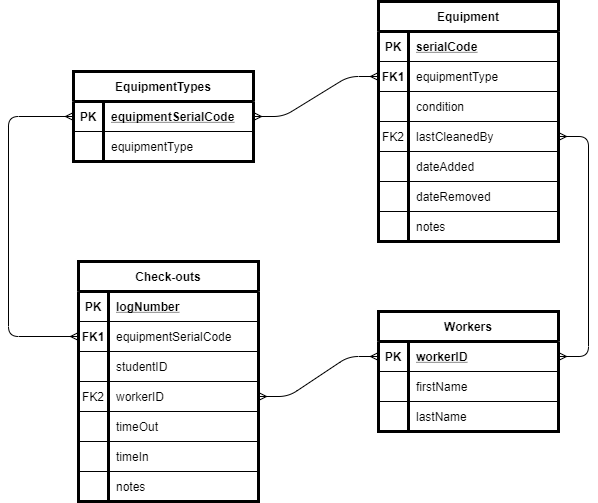
This is Database/databaseSchema.png from tdavis422/SeniorProject, a draw.io export, as it was before one commit. Source tidied: cells renumbered, new cells last; positions are measured from the earlier drawing's top-left corner, leaving out a move shared by most shapes. Source of this version:
```xml
<mxGraphModel>
  <root>
    <mxCell id="0" />
    <mxCell id="1" parent="0" />
    <mxCell id="2" value="Check-outs" style="shape=table;startSize=30;rowLines=0;fontStyle=1;align=center;strokeWidth=3;" parent="1" vertex="1">
      <mxGeometry x="70" y="260" width="180" height="240" as="geometry" />
    </mxCell>
    <mxCell id="3" style="shape=partialRectangle;fillColor=none;top=0;left=0;bottom=1;right=0;" parent="2" vertex="1">
      <mxGeometry y="30" width="180" height="30" as="geometry" />
    </mxCell>
    <mxCell id="4" value="PK" style="shape=partialRectangle;fillColor=none;top=0;left=0;bottom=0;right=0;fontStyle=1;overflow=hidden;" parent="3" vertex="1">
      <mxGeometry width="30" height="30" as="geometry" />
    </mxCell>
    <mxCell id="5" value="logNumber" style="shape=partialRectangle;fillColor=none;top=0;left=0;bottom=0;right=0;align=left;spacingLeft=6;fontStyle=5;overflow=hidden;" parent="3" vertex="1">
      <mxGeometry x="30" width="150" height="30" as="geometry" />
    </mxCell>
    <mxCell id="6" style="shape=partialRectangle;fillColor=none;top=0;left=0;bottom=0;right=0;points=[[0,0.5],[1,0.5]];portConstraint=eastwest;" parent="2" vertex="1">
      <mxGeometry y="60" width="180" height="30" as="geometry" />
    </mxCell>
    <mxCell id="7" value="FK1" style="shape=partialRectangle;fillColor=none;top=0;left=0;bottom=1;right=0;overflow=hidden;fontStyle=1;" parent="6" vertex="1">
      <mxGeometry width="30" height="30" as="geometry" />
    </mxCell>
    <mxCell id="8" value="equipmentSerialCode" style="shape=partialRectangle;fillColor=none;top=0;left=0;bottom=1;right=0;align=left;spacingLeft=6;overflow=hidden;" parent="6" vertex="1">
      <mxGeometry x="30" width="150" height="30" as="geometry" />
    </mxCell>
    <mxCell id="9" style="shape=partialRectangle;fillColor=none;top=0;left=0;bottom=0;right=0;" parent="2" vertex="1">
      <mxGeometry y="90" width="180" height="30" as="geometry" />
    </mxCell>
    <mxCell id="10" style="shape=partialRectangle;fillColor=none;top=0;left=0;bottom=0;right=0;overflow=hidden;" parent="9" vertex="1">
      <mxGeometry width="30" height="30" as="geometry" />
    </mxCell>
    <mxCell id="11" value="studentID" style="shape=partialRectangle;fillColor=none;top=0;left=0;bottom=1;right=0;align=left;spacingLeft=6;overflow=hidden;" parent="9" vertex="1">
      <mxGeometry x="30" width="150" height="30" as="geometry" />
    </mxCell>
    <mxCell id="12" style="shape=partialRectangle;fillColor=none;top=0;left=0;bottom=0;right=0;points=[[0,0.5],[1,0.5]];portConstraint=eastwest;" parent="2" vertex="1">
      <mxGeometry y="120" width="180" height="30" as="geometry" />
    </mxCell>
    <mxCell id="13" value="FK2" style="shape=partialRectangle;fillColor=none;top=1;left=0;bottom=1;right=0;overflow=hidden;" parent="12" vertex="1">
      <mxGeometry width="30" height="30" as="geometry" />
    </mxCell>
    <mxCell id="14" value="workerID" style="shape=partialRectangle;fillColor=none;top=0;left=0;bottom=1;right=0;align=left;spacingLeft=6;overflow=hidden;" parent="12" vertex="1">
      <mxGeometry x="30" width="150" height="30" as="geometry" />
    </mxCell>
    <mxCell id="15" style="shape=partialRectangle;fillColor=none;top=0;left=0;bottom=0;right=0;" parent="2" vertex="1">
      <mxGeometry y="150" width="180" height="30" as="geometry" />
    </mxCell>
    <mxCell id="16" style="shape=partialRectangle;fillColor=none;top=1;left=0;bottom=1;right=0;overflow=hidden;" parent="15" vertex="1">
      <mxGeometry width="30" height="30" as="geometry" />
    </mxCell>
    <mxCell id="17" value="timeOut" style="shape=partialRectangle;fillColor=none;top=0;left=0;bottom=1;right=0;align=left;spacingLeft=6;overflow=hidden;" parent="15" vertex="1">
      <mxGeometry x="30" width="150" height="30" as="geometry" />
    </mxCell>
    <mxCell id="18" style="shape=partialRectangle;fillColor=none;top=0;left=0;bottom=0;right=0;" parent="2" vertex="1">
      <mxGeometry y="180" width="180" height="30" as="geometry" />
    </mxCell>
    <mxCell id="19" style="shape=partialRectangle;fillColor=none;top=1;left=0;bottom=1;right=0;overflow=hidden;" parent="18" vertex="1">
      <mxGeometry width="30" height="30" as="geometry" />
    </mxCell>
    <mxCell id="20" value="timeIn" style="shape=partialRectangle;fillColor=none;top=0;left=0;bottom=1;right=0;align=left;spacingLeft=6;overflow=hidden;" parent="18" vertex="1">
      <mxGeometry x="30" width="150" height="30" as="geometry" />
    </mxCell>
    <mxCell id="21" style="shape=partialRectangle;fillColor=none;top=0;left=0;bottom=0;right=0;" parent="2" vertex="1">
      <mxGeometry y="210" width="180" height="30" as="geometry" />
    </mxCell>
    <mxCell id="22" style="shape=partialRectangle;fillColor=none;top=1;left=0;bottom=1;right=0;overflow=hidden;" parent="21" vertex="1">
      <mxGeometry width="30" height="30" as="geometry" />
    </mxCell>
    <mxCell id="23" value="notes" style="shape=partialRectangle;fillColor=none;top=0;left=0;bottom=1;right=0;align=left;spacingLeft=6;overflow=hidden;" parent="21" vertex="1">
      <mxGeometry x="30" width="150" height="30" as="geometry" />
    </mxCell>
    <mxCell id="24" value="Equipment" style="shape=table;startSize=30;rowLines=0;fontStyle=1;align=center;strokeWidth=3;" parent="1" vertex="1">
      <mxGeometry x="370" width="180" height="240" as="geometry" />
    </mxCell>
    <mxCell id="25" style="shape=partialRectangle;fillColor=none;top=0;left=0;bottom=1;right=0;points=[[0,0.5],[1,0.5]];portConstraint=eastwest;" parent="24" vertex="1">
      <mxGeometry y="30" width="180" height="30" as="geometry" />
    </mxCell>
    <mxCell id="26" value="PK" style="shape=partialRectangle;fillColor=none;top=0;left=0;bottom=0;right=0;fontStyle=1;overflow=hidden;" parent="25" vertex="1">
      <mxGeometry width="30" height="30" as="geometry" />
    </mxCell>
    <mxCell id="27" value="serialCode" style="shape=partialRectangle;fillColor=none;top=0;left=0;bottom=0;right=0;align=left;spacingLeft=6;fontStyle=5;overflow=hidden;" parent="25" vertex="1">
      <mxGeometry x="30" width="150" height="30" as="geometry" />
    </mxCell>
    <mxCell id="28" style="shape=partialRectangle;fillColor=none;top=0;left=0;bottom=0;right=0;points=[[0,0.5],[1,0.5]];portConstraint=eastwest;" parent="24" vertex="1">
      <mxGeometry y="60" width="180" height="30" as="geometry" />
    </mxCell>
    <mxCell id="29" value="FK1" style="shape=partialRectangle;fillColor=none;top=0;left=0;bottom=1;right=0;overflow=hidden;fontStyle=1;" parent="28" vertex="1">
      <mxGeometry width="30" height="30" as="geometry" />
    </mxCell>
    <mxCell id="30" value="equipmentType" style="shape=partialRectangle;fillColor=none;top=0;left=0;bottom=1;right=0;align=left;spacingLeft=6;overflow=hidden;" parent="28" vertex="1">
      <mxGeometry x="30" width="150" height="30" as="geometry" />
    </mxCell>
    <mxCell id="31" style="shape=partialRectangle;fillColor=none;top=0;left=0;bottom=0;right=0;" parent="24" vertex="1">
      <mxGeometry y="90" width="180" height="30" as="geometry" />
    </mxCell>
    <mxCell id="32" style="shape=partialRectangle;fillColor=none;top=0;left=0;bottom=0;right=0;overflow=hidden;" parent="31" vertex="1">
      <mxGeometry width="30" height="30" as="geometry" />
    </mxCell>
    <mxCell id="33" value="condition" style="shape=partialRectangle;fillColor=none;top=0;left=0;bottom=1;right=0;align=left;spacingLeft=6;overflow=hidden;" parent="31" vertex="1">
      <mxGeometry x="30" width="150" height="30" as="geometry" />
    </mxCell>
    <mxCell id="34" style="shape=partialRectangle;fillColor=none;top=0;left=0;bottom=0;right=0;points=[[0,0.5],[1,0.5]];portConstraint=eastwest;" parent="24" vertex="1">
      <mxGeometry y="120" width="180" height="30" as="geometry" />
    </mxCell>
    <mxCell id="35" value="FK2" style="shape=partialRectangle;fillColor=none;top=1;left=0;bottom=1;right=0;overflow=hidden;" parent="34" vertex="1">
      <mxGeometry width="30" height="30" as="geometry" />
    </mxCell>
    <mxCell id="36" value="lastCleanedBy" style="shape=partialRectangle;fillColor=none;top=0;left=0;bottom=1;right=0;align=left;spacingLeft=6;overflow=hidden;" parent="34" vertex="1">
      <mxGeometry x="30" width="150" height="30" as="geometry" />
    </mxCell>
    <mxCell id="37" style="shape=partialRectangle;fillColor=none;top=0;left=0;bottom=0;right=0;" parent="24" vertex="1">
      <mxGeometry y="150" width="180" height="30" as="geometry" />
    </mxCell>
    <mxCell id="38" style="shape=partialRectangle;fillColor=none;top=1;left=0;bottom=1;right=0;overflow=hidden;" parent="37" vertex="1">
      <mxGeometry width="30" height="30" as="geometry" />
    </mxCell>
    <mxCell id="39" value="dateAdded" style="shape=partialRectangle;fillColor=none;top=0;left=0;bottom=1;right=0;align=left;spacingLeft=6;overflow=hidden;" parent="37" vertex="1">
      <mxGeometry x="30" width="150" height="30" as="geometry" />
    </mxCell>
    <mxCell id="40" style="shape=partialRectangle;fillColor=none;top=0;left=0;bottom=0;right=0;" parent="24" vertex="1">
      <mxGeometry y="180" width="180" height="30" as="geometry" />
    </mxCell>
    <mxCell id="41" style="shape=partialRectangle;fillColor=none;top=1;left=0;bottom=1;right=0;overflow=hidden;" parent="40" vertex="1">
      <mxGeometry width="30" height="30" as="geometry" />
    </mxCell>
    <mxCell id="42" value="dateRemoved" style="shape=partialRectangle;fillColor=none;top=0;left=0;bottom=1;right=0;align=left;spacingLeft=6;overflow=hidden;" parent="40" vertex="1">
      <mxGeometry x="30" width="150" height="30" as="geometry" />
    </mxCell>
    <mxCell id="43" style="shape=partialRectangle;fillColor=none;top=0;left=0;bottom=0;right=0;" parent="24" vertex="1">
      <mxGeometry y="210" width="180" height="30" as="geometry" />
    </mxCell>
    <mxCell id="44" style="shape=partialRectangle;fillColor=none;top=1;left=0;bottom=1;right=0;overflow=hidden;" parent="43" vertex="1">
      <mxGeometry width="30" height="30" as="geometry" />
    </mxCell>
    <mxCell id="45" value="notes" style="shape=partialRectangle;fillColor=none;top=0;left=0;bottom=1;right=0;align=left;spacingLeft=6;overflow=hidden;" parent="43" vertex="1">
      <mxGeometry x="30" width="150" height="30" as="geometry" />
    </mxCell>
    <mxCell id="46" style="shape=partialRectangle;fillColor=none;top=0;left=0;bottom=0;right=0;overflow=hidden;" parent="1" vertex="1">
      <mxGeometry x="360" y="140" width="30" height="30" as="geometry" />
    </mxCell>
    <mxCell id="47" value="EquipmentTypes" style="shape=table;startSize=30;rowLines=0;fontStyle=1;align=center;shadow=0;strokeColor=#000000;strokeWidth=3;" parent="1" vertex="1">
      <mxGeometry x="65" y="70" width="180" height="90" as="geometry" />
    </mxCell>
    <mxCell id="48" style="shape=partialRectangle;fillColor=none;top=0;left=0;bottom=1;right=0;points=[[0,0.5],[1,0.5]];portConstraint=eastwest;" parent="47" vertex="1">
      <mxGeometry y="30" width="180" height="30" as="geometry" />
    </mxCell>
    <mxCell id="49" value="PK" style="shape=partialRectangle;fillColor=none;top=0;left=0;bottom=0;right=0;fontStyle=1;overflow=hidden;" parent="48" vertex="1">
      <mxGeometry width="30" height="30" as="geometry" />
    </mxCell>
    <mxCell id="50" value="equipmentSerialCode" style="shape=partialRectangle;fillColor=none;top=0;left=0;bottom=0;right=0;align=left;spacingLeft=6;fontStyle=5;overflow=hidden;" parent="48" vertex="1">
      <mxGeometry x="30" width="150" height="30" as="geometry" />
    </mxCell>
    <mxCell id="51" style="shape=partialRectangle;fillColor=none;top=0;left=0;bottom=0;right=0;" parent="47" vertex="1">
      <mxGeometry y="60" width="180" height="30" as="geometry" />
    </mxCell>
    <mxCell id="52" style="shape=partialRectangle;fillColor=none;top=0;left=0;bottom=0;right=0;overflow=hidden;" parent="51" vertex="1">
      <mxGeometry width="30" height="30" as="geometry" />
    </mxCell>
    <mxCell id="53" value="equipmentType" style="shape=partialRectangle;fillColor=none;top=0;left=0;bottom=0;right=0;align=left;spacingLeft=6;overflow=hidden;" parent="51" vertex="1">
      <mxGeometry x="30" width="150" height="30" as="geometry" />
    </mxCell>
    <mxCell id="54" value="Workers" style="shape=table;startSize=30;rowLines=0;fontStyle=1;align=center;shadow=0;strokeColor=#000000;strokeWidth=3;" parent="1" vertex="1">
      <mxGeometry x="370" y="310" width="180" height="120" as="geometry" />
    </mxCell>
    <mxCell id="55" style="shape=partialRectangle;fillColor=none;top=0;left=0;bottom=1;right=0;points=[[0,0.5],[1,0.5]];portConstraint=eastwest;" parent="54" vertex="1">
      <mxGeometry y="30" width="180" height="30" as="geometry" />
    </mxCell>
    <mxCell id="56" value="PK" style="shape=partialRectangle;fillColor=none;top=0;left=0;bottom=0;right=0;fontStyle=1;overflow=hidden;" parent="55" vertex="1">
      <mxGeometry width="30" height="30" as="geometry" />
    </mxCell>
    <mxCell id="57" value="workerID" style="shape=partialRectangle;fillColor=none;top=0;left=0;bottom=0;right=0;align=left;spacingLeft=6;fontStyle=5;overflow=hidden;" parent="55" vertex="1">
      <mxGeometry x="30" width="150" height="30" as="geometry" />
    </mxCell>
    <mxCell id="58" style="shape=partialRectangle;fillColor=none;top=0;left=0;bottom=0;right=0;" parent="54" vertex="1">
      <mxGeometry y="60" width="180" height="30" as="geometry" />
    </mxCell>
    <mxCell id="59" style="shape=partialRectangle;fillColor=none;top=0;left=0;bottom=0;right=0;overflow=hidden;" parent="58" vertex="1">
      <mxGeometry width="30" height="30" as="geometry" />
    </mxCell>
    <mxCell id="60" value="firstName" style="shape=partialRectangle;fillColor=none;top=0;left=0;bottom=0;right=0;align=left;spacingLeft=6;overflow=hidden;" parent="58" vertex="1">
      <mxGeometry x="30" width="150" height="30" as="geometry" />
    </mxCell>
    <mxCell id="61" style="shape=partialRectangle;fillColor=none;top=0;left=0;bottom=0;right=0;" parent="54" vertex="1">
      <mxGeometry y="90" width="180" height="30" as="geometry" />
    </mxCell>
    <mxCell id="62" style="shape=partialRectangle;fillColor=none;top=1;left=0;bottom=0;right=0;overflow=hidden;" parent="61" vertex="1">
      <mxGeometry width="30" height="30" as="geometry" />
    </mxCell>
    <mxCell id="63" value="lastName" style="shape=partialRectangle;fillColor=none;top=1;left=0;bottom=0;right=0;align=left;spacingLeft=6;overflow=hidden;" parent="61" vertex="1">
      <mxGeometry x="30" width="150" height="30" as="geometry" />
    </mxCell>
    <mxCell id="64" style="edgeStyle=entityRelationEdgeStyle;fontSize=12;html=1;endArrow=ERmany;startArrow=ERmany;entryX=1;entryY=0.5;entryDx=0;entryDy=0;exitX=1;exitY=0.5;exitDx=0;exitDy=0;" parent="1" edge="1" source="55" target="34">
      <mxGeometry relative="1" as="geometry" />
    </mxCell>
    <mxCell id="65" style="edgeStyle=entityRelationEdgeStyle;fontSize=12;html=1;endArrow=ERmany;startArrow=ERmany;exitX=0;exitY=0.5;exitDx=0;exitDy=0;entryX=1;entryY=0.5;entryDx=0;entryDy=0;" parent="1" edge="1" source="55" target="12">
      <mxGeometry relative="1" as="geometry" />
    </mxCell>
    <mxCell id="66" style="edgeStyle=elbowEdgeStyle;fontSize=12;html=1;endArrow=ERmany;startArrow=ERmany;exitX=0;exitY=0.5;exitDx=0;exitDy=0;entryX=0;entryY=0.5;entryDx=0;entryDy=0;" parent="1" edge="1" source="47" target="6">
      <mxGeometry relative="1" as="geometry">
        <Array as="points">
          <mxPoint y="220" />
        </Array>
      </mxGeometry>
    </mxCell>
    <mxCell id="67" style="edgeStyle=entityRelationEdgeStyle;fontSize=12;html=1;endArrow=ERmany;startArrow=ERmany;exitX=1;exitY=0.5;exitDx=0;exitDy=0;entryX=0;entryY=0.5;entryDx=0;entryDy=0;" parent="1" edge="1" source="47" target="28">
      <mxGeometry relative="1" as="geometry" />
    </mxCell>
  </root>
</mxGraphModel>
```
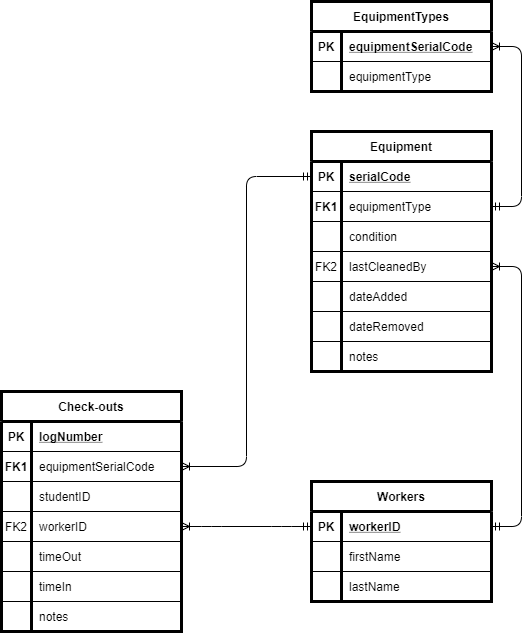
After the change.

Change to the diagram source:
```diff
@@ -2,8 +2,8 @@
   <root>
     <mxCell id="0" />
     <mxCell id="1" parent="0" />
-    <mxCell id="2" value="Check-outs" style="shape=table;startSize=30;rowLines=0;fontStyle=1;align=center;strokeWidth=3;" parent="1" vertex="1">
-      <mxGeometry x="70" y="260" width="180" height="240" as="geometry" />
+    <mxCell id="2" value="Check-outs" style="shape=table;startSize=30;rowLines=0;fontStyle=1;align=center;strokeWidth=3;fillColor=none;" parent="1" vertex="1">
+      <mxGeometry x="-60" y="320" width="180" height="240" as="geometry" />
     </mxCell>
     <mxCell id="3" style="shape=partialRectangle;fillColor=none;top=0;left=0;bottom=1;right=0;" parent="2" vertex="1">
       <mxGeometry y="30" width="180" height="30" as="geometry" />
@@ -68,8 +68,8 @@
     <mxCell id="23" value="notes" style="shape=partialRectangle;fillColor=none;top=0;left=0;bottom=1;right=0;align=left;spacingLeft=6;overflow=hidden;" parent="21" vertex="1">
       <mxGeometry x="30" width="150" height="30" as="geometry" />
     </mxCell>
-    <mxCell id="24" value="Equipment" style="shape=table;startSize=30;rowLines=0;fontStyle=1;align=center;strokeWidth=3;" parent="1" vertex="1">
-      <mxGeometry x="370" width="180" height="240" as="geometry" />
+    <mxCell id="24" value="Equipment" style="shape=table;startSize=30;rowLines=0;fontStyle=1;align=center;strokeWidth=3;fillColor=none;" parent="1" vertex="1">
+      <mxGeometry x="250" y="60" width="180" height="240" as="geometry" />
     </mxCell>
     <mxCell id="25" style="shape=partialRectangle;fillColor=none;top=0;left=0;bottom=1;right=0;points=[[0,0.5],[1,0.5]];portConstraint=eastwest;" parent="24" vertex="1">
       <mxGeometry y="30" width="180" height="30" as="geometry" />
@@ -135,10 +135,10 @@
       <mxGeometry x="30" width="150" height="30" as="geometry" />
     </mxCell>
     <mxCell id="46" style="shape=partialRectangle;fillColor=none;top=0;left=0;bottom=0;right=0;overflow=hidden;" parent="1" vertex="1">
-      <mxGeometry x="360" y="140" width="30" height="30" as="geometry" />
+      <mxGeometry x="125" y="140" width="30" height="30" as="geometry" />
     </mxCell>
-    <mxCell id="47" value="EquipmentTypes" style="shape=table;startSize=30;rowLines=0;fontStyle=1;align=center;shadow=0;strokeColor=#000000;strokeWidth=3;" parent="1" vertex="1">
-      <mxGeometry x="65" y="70" width="180" height="90" as="geometry" />
+    <mxCell id="47" value="EquipmentTypes" style="shape=table;startSize=30;rowLines=0;fontStyle=1;align=center;shadow=0;strokeColor=#000000;strokeWidth=3;fillColor=none;" parent="1" vertex="1">
+      <mxGeometry x="250" y="-70" width="180" height="90" as="geometry" />
     </mxCell>
     <mxCell id="48" style="shape=partialRectangle;fillColor=none;top=0;left=0;bottom=1;right=0;points=[[0,0.5],[1,0.5]];portConstraint=eastwest;" parent="47" vertex="1">
       <mxGeometry y="30" width="180" height="30" as="geometry" />
@@ -158,8 +158,8 @@
     <mxCell id="53" value="equipmentType" style="shape=partialRectangle;fillColor=none;top=0;left=0;bottom=0;right=0;align=left;spacingLeft=6;overflow=hidden;" parent="51" vertex="1">
       <mxGeometry x="30" width="150" height="30" as="geometry" />
     </mxCell>
-    <mxCell id="54" value="Workers" style="shape=table;startSize=30;rowLines=0;fontStyle=1;align=center;shadow=0;strokeColor=#000000;strokeWidth=3;" parent="1" vertex="1">
-      <mxGeometry x="370" y="310" width="180" height="120" as="geometry" />
+    <mxCell id="54" value="Workers" style="shape=table;startSize=30;rowLines=0;fontStyle=1;align=center;shadow=0;strokeColor=#000000;strokeWidth=3;fillColor=none;" parent="1" vertex="1">
+      <mxGeometry x="250" y="410" width="180" height="120" as="geometry" />
     </mxCell>
     <mxCell id="55" style="shape=partialRectangle;fillColor=none;top=0;left=0;bottom=1;right=0;points=[[0,0.5],[1,0.5]];portConstraint=eastwest;" parent="54" vertex="1">
       <mxGeometry y="30" width="180" height="30" as="geometry" />
@@ -188,21 +188,17 @@
     <mxCell id="63" value="lastName" style="shape=partialRectangle;fillColor=none;top=1;left=0;bottom=0;right=0;align=left;spacingLeft=6;overflow=hidden;" parent="61" vertex="1">
       <mxGeometry x="30" width="150" height="30" as="geometry" />
     </mxCell>
+    <mxCell id="65" style="edgeStyle=entityRelationEdgeStyle;fontSize=12;html=1;endArrow=ERoneToMany;startArrow=ERmandOne;exitX=0;exitY=0.5;exitDx=0;exitDy=0;entryX=1;entryY=0.5;entryDx=0;entryDy=0;" parent="1" edge="1" source="55" target="12">
+      <mxGeometry relative="1" as="geometry" />
+    </mxCell>
+    <mxCell id="68" style="edgeStyle=entityRelationEdgeStyle;fontSize=12;html=1;endArrow=ERoneToMany;startArrow=ERmandOne;entryX=1;entryY=0.5;entryDx=0;entryDy=0;exitX=1;exitY=0.5;exitDx=0;exitDy=0;" parent="1" edge="1" source="28" target="48">
+      <mxGeometry relative="1" as="geometry" />
+    </mxCell>
-    <mxCell id="64" style="edgeStyle=entityRelationEdgeStyle;fontSize=12;html=1;endArrow=ERmany;startArrow=ERmany;entryX=1;entryY=0.5;entryDx=0;entryDy=0;exitX=1;exitY=0.5;exitDx=0;exitDy=0;" parent="1" edge="1" source="55" target="34">
+    <mxCell id="64" style="edgeStyle=entityRelationEdgeStyle;fontSize=12;html=1;endArrow=ERoneToMany;startArrow=ERmandOne;exitX=1;exitY=0.5;exitDx=0;exitDy=0;entryX=1;entryY=0.5;entryDx=0;entryDy=0;" parent="1" edge="1" source="55" target="34">
       <mxGeometry relative="1" as="geometry" />
     </mxCell>
-    <mxCell id="65" style="edgeStyle=entityRelationEdgeStyle;fontSize=12;html=1;endArrow=ERmany;startArrow=ERmany;exitX=0;exitY=0.5;exitDx=0;exitDy=0;entryX=1;entryY=0.5;entryDx=0;entryDy=0;" parent="1" edge="1" source="55" target="12">
-      <mxGeometry relative="1" as="geometry" />
-    </mxCell>
-    <mxCell id="66" style="edgeStyle=elbowEdgeStyle;fontSize=12;html=1;endArrow=ERmany;startArrow=ERmany;exitX=0;exitY=0.5;exitDx=0;exitDy=0;entryX=0;entryY=0.5;entryDx=0;entryDy=0;" parent="1" edge="1" source="47" target="6">
-      <mxGeometry relative="1" as="geometry">
-        <Array as="points">
-          <mxPoint y="220" />
-        </Array>
-      </mxGeometry>
-    </mxCell>
-    <mxCell id="67" style="edgeStyle=entityRelationEdgeStyle;fontSize=12;html=1;endArrow=ERmany;startArrow=ERmany;exitX=1;exitY=0.5;exitDx=0;exitDy=0;entryX=0;entryY=0.5;entryDx=0;entryDy=0;" parent="1" edge="1" source="47" target="28">
-      <mxGeometry relative="1" as="geometry" />
-    </mxCell>
+    <mxCell id="69" style="edgeStyle=orthogonalEdgeStyle;fontSize=12;html=1;endArrow=ERoneToMany;startArrow=ERmandOne;entryX=1;entryY=0.5;entryDx=0;entryDy=0;exitX=0;exitY=0.5;exitDx=0;exitDy=0;rounded=1;" parent="1" edge="1" source="25" target="6">
+      <mxGeometry relative="1" as="geometry" />
+    </mxCell>
   </root>
 </mxGraphModel>
```
